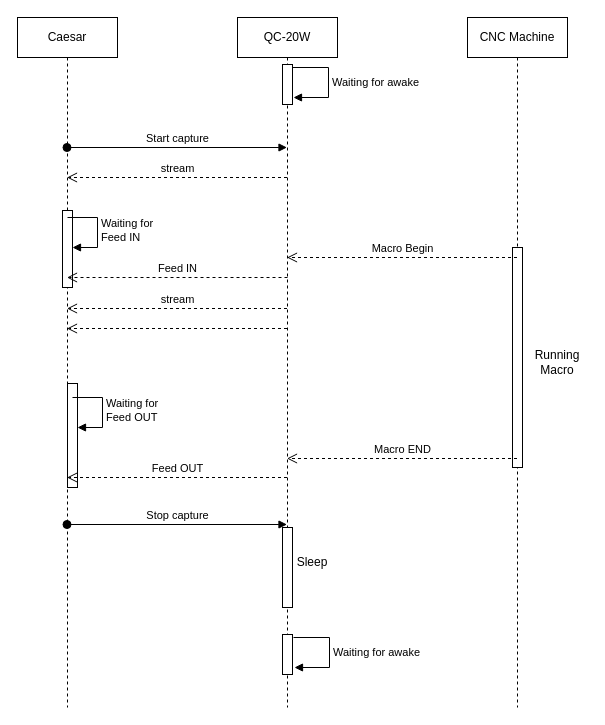
AmolSJawalkar/DrawIO keeps this draw.io diagram as page "Test capture sequence diagram" (3 of 4) of Caesar/Caesar Architecture.drawio. Above is the earlier version. Source tidied: cells renumbered, new cells numbered last; positions are measured from the earlier drawing's top-left corner, leaving out a move shared by most shapes. Both pictures are drawn from the tidied source at 100%, with x=0, y=0 at pixel (17, 17).
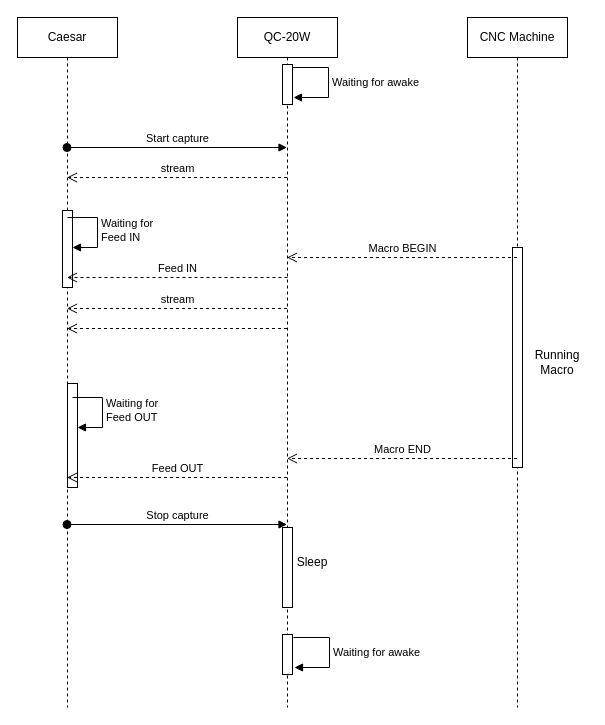
The same page after the edit.

Unchanged cells that the change refers to:
```xml
<mxCell id="7" value="QC-20W" style="shape=umlLifeline;perimeter=lifelinePerimeter;whiteSpace=wrap;html=1;outlineConnect=0;portConstraint=eastwest;newEdgeStyle={&quot;edgeStyle&quot;:&quot;elbowEdgeStyle&quot;,&quot;elbow&quot;:&quot;vertical&quot;,&quot;curved&quot;:0,&quot;rounded&quot;:0};" parent="1" vertex="1">
  <mxGeometry x="220" width="100" height="690" as="geometry" />
</mxCell>
<mxCell id="11" value="CNC Machine" style="shape=umlLifeline;perimeter=lifelinePerimeter;whiteSpace=wrap;html=1;outlineConnect=0;portConstraint=eastwest;newEdgeStyle={&quot;curved&quot;:0,&quot;rounded&quot;:0};" parent="1" vertex="1">
  <mxGeometry x="450" width="100" height="690" as="geometry" />
</mxCell>
```

Diff of the diagram source:
```diff
@@
-    <mxCell id="16" value="Macro Begin" style="html=1;verticalAlign=bottom;endArrow=open;dashed=1;endSize=8;curved=0;rounded=0;" parent="1" edge="1" source="11" target="7">
+    <mxCell id="16" value="Macro BEGIN" style="html=1;verticalAlign=bottom;endArrow=open;dashed=1;endSize=8;curved=0;rounded=0;" parent="1" edge="1" source="11" target="7">
       <mxGeometry relative="1" as="geometry">
         <Array as="points">
           <mxPoint x="380" y="240" />
         </Array>
       </mxGeometry>
     </mxCell>
```
